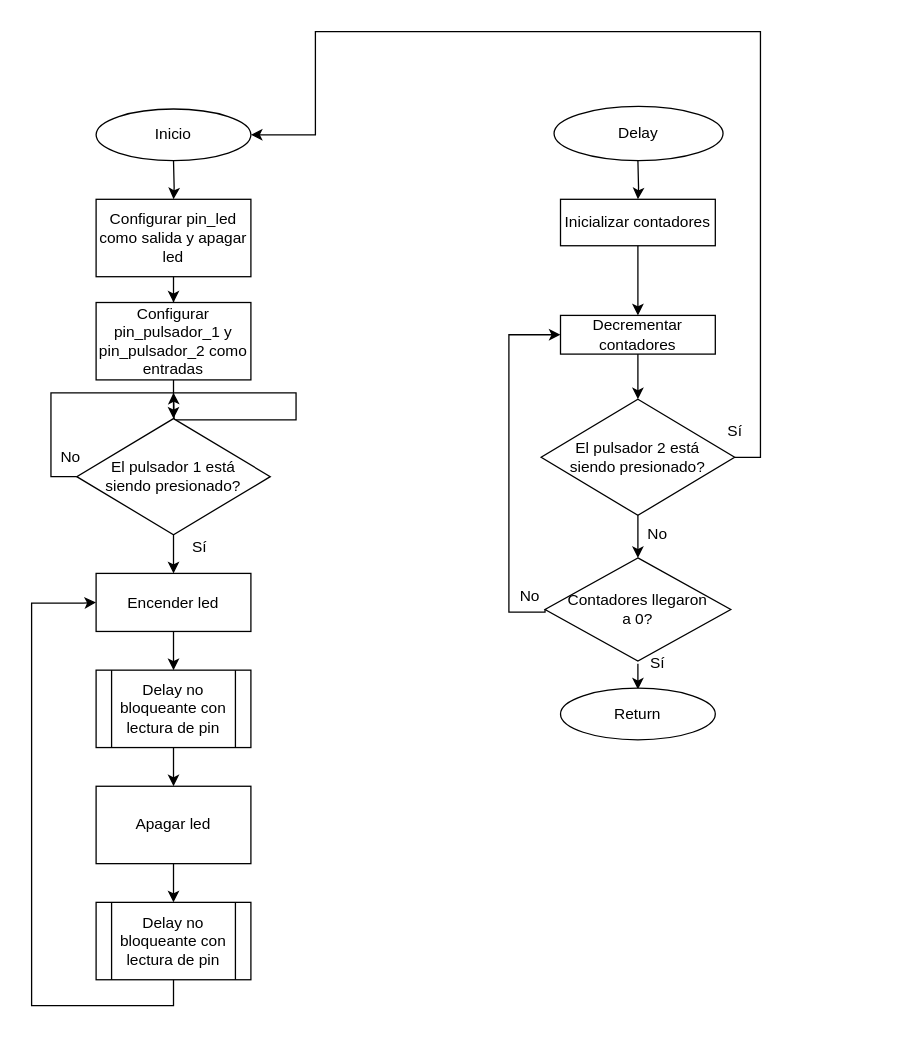
Before: TP1/tp1-flujo-2.drawio in aflouret/labo-de-micro, a draw.io diagram. Source tidied: cells renumbered, new cells numbered last; positions are measured from the earlier drawing's top-left corner, leaving out a move shared by most shapes. Both pictures are drawn from the tidied source at 129%, with x=0, y=0 at pixel (31, 31).
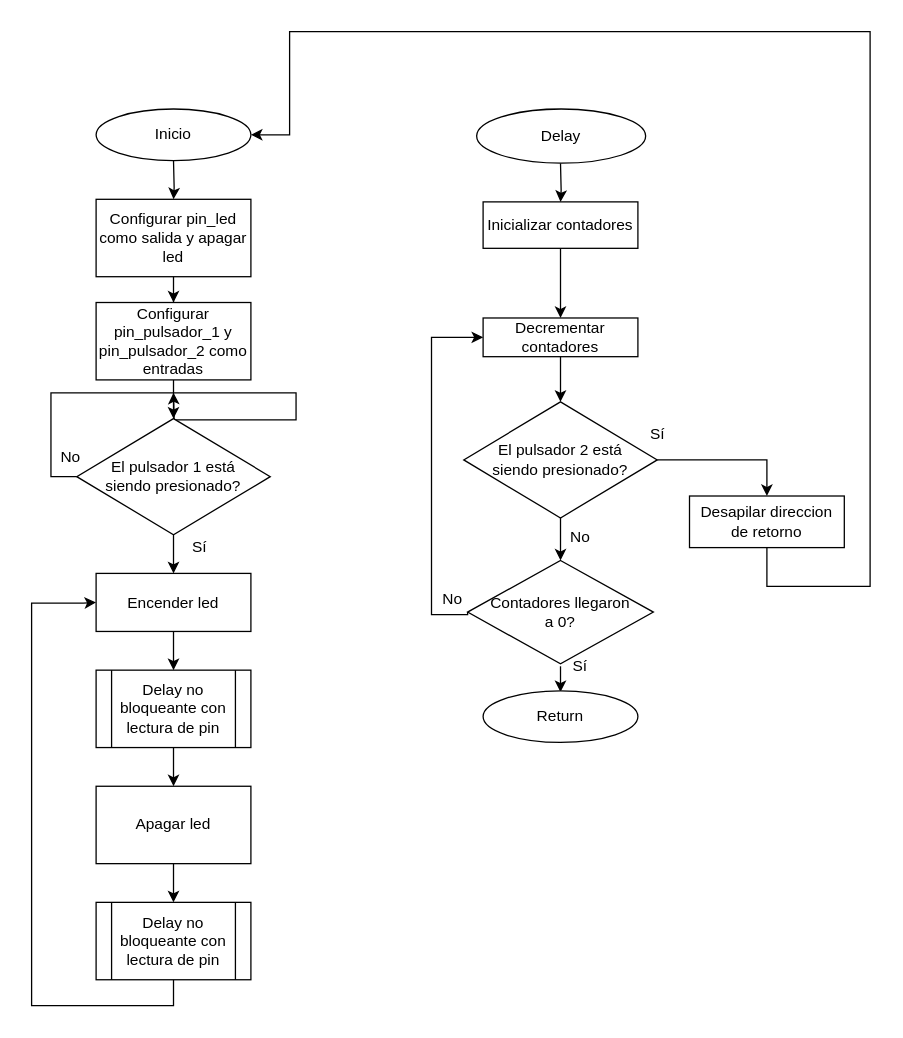
The same diagram, later.

The change refers to these unchanged cells:
```xml
<mxCell id="25" value="Inicio" style="ellipse;whiteSpace=wrap;html=1;rounded=0;" parent="1" vertex="1">
  <mxGeometry x="50" y="60" width="120" height="40" as="geometry" />
</mxCell>
```

The edit, as a diff of the source:
```diff
@@
     <mxCell id="13" style="edgeStyle=orthogonalEdgeStyle;rounded=0;jettySize=auto;html=1;" parent="1" edge="1" target="15">
       <mxGeometry relative="1" as="geometry">
-        <mxPoint x="470" y="100" as="sourcePoint" />
+        <mxPoint x="410" y="102" as="sourcePoint" />
       </mxGeometry>
     </mxCell>
@@
     <mxCell id="15" value="&lt;div&gt;Inicializar contadores&lt;/div&gt;" style="rounded=0;whiteSpace=wrap;html=1;" parent="1" vertex="1">
-      <mxGeometry x="410" y="130" width="120" height="36" as="geometry" />
+      <mxGeometry x="350" y="132" width="120" height="36" as="geometry" />
     </mxCell>
@@
     <mxCell id="17" value="Decrementar contadores" style="whiteSpace=wrap;html=1;rounded=0;" parent="1" vertex="1">
-      <mxGeometry x="410" y="220" width="120" height="30" as="geometry" />
+      <mxGeometry x="350" y="222" width="120" height="30" as="geometry" />
     </mxCell>
     <mxCell id="18" style="edgeStyle=orthogonalEdgeStyle;rounded=0;jettySize=auto;html=1;exitX=0;exitY=0.5;exitDx=0;exitDy=0;entryX=0;entryY=0.5;entryDx=0;entryDy=0;" parent="1" edge="1" source="20" target="17">
       <mxGeometry relative="1" as="geometry">
         <Array as="points">
-          <mxPoint x="370" y="450" />
-          <mxPoint x="370" y="235" />
+          <mxPoint x="310" y="452" />
+          <mxPoint x="310" y="237" />
         </Array>
       </mxGeometry>
     </mxCell>
     <mxCell id="19" style="edgeStyle=orthogonalEdgeStyle;rounded=0;orthogonalLoop=1;jettySize=auto;html=1;" parent="1" edge="1">
       <mxGeometry relative="1" as="geometry">
-        <mxPoint x="470" y="490" as="sourcePoint" />
-        <mxPoint x="470" y="510" as="targetPoint" />
+        <mxPoint x="410" y="492" as="sourcePoint" />
+        <mxPoint x="410" y="512" as="targetPoint" />
       </mxGeometry>
     </mxCell>
     <mxCell id="20" value="Contadores llegaron&lt;br&gt;a 0?" style="rhombus;whiteSpace=wrap;html=1;rounded=0;" parent="1" vertex="1">
-      <mxGeometry x="398" y="408" width="144" height="80" as="geometry" />
+      <mxGeometry x="338" y="410" width="144" height="80" as="geometry" />
     </mxCell>
     <mxCell id="21" value="No" style="text;html=1;align=center;verticalAlign=middle;" parent="1" vertex="1">
-      <mxGeometry x="371" y="428" width="30" height="20" as="geometry" />
+      <mxGeometry x="311" y="430" width="30" height="20" as="geometry" />
     </mxCell>
     <mxCell id="22" value="Sí" style="text;html=1;align=center;verticalAlign=middle;" parent="1" vertex="1">
-      <mxGeometry x="470" y="480" width="30" height="20" as="geometry" />
+      <mxGeometry x="410" y="482" width="30" height="20" as="geometry" />
     </mxCell>
     <mxCell id="23" value="Return" style="ellipse;whiteSpace=wrap;html=1;rounded=0;" parent="1" vertex="1">
-      <mxGeometry x="410" y="509" width="120" height="40" as="geometry" />
+      <mxGeometry x="350" y="511" width="120" height="40" as="geometry" />
     </mxCell>
     <mxCell id="24" value="Delay" style="ellipse;whiteSpace=wrap;html=1;rounded=0;" parent="1" vertex="1">
-      <mxGeometry x="405" y="58" width="131" height="42" as="geometry" />
+      <mxGeometry x="345" y="60" width="131" height="42" as="geometry" />
     </mxCell>
@@
-    <mxCell id="34" style="edgeStyle=orthogonalEdgeStyle;rounded=0;jettySize=auto;html=1;exitX=1;exitY=0.5;exitDx=0;exitDy=0;entryX=1;entryY=0.5;entryDx=0;entryDy=0;" parent="1" edge="1" source="35" target="25">
-      <mxGeometry relative="1" as="geometry">
-        <Array as="points">
-          <mxPoint x="565" y="330" />
-          <mxPoint x="565" />
-          <mxPoint x="220" />
-          <mxPoint x="220" y="80" />
-        </Array>
-      </mxGeometry>
-    </mxCell>
+    <mxCell id="39" style="edgeStyle=orthogonalEdgeStyle;rounded=0;jettySize=auto;html=1;exitX=1;exitY=0.5;exitDx=0;exitDy=0;entryX=0.5;entryY=0;entryDx=0;entryDy=0;" parent="1" edge="1" source="35" target="41">
+      <mxGeometry relative="1" as="geometry" />
+    </mxCell>
     <mxCell id="35" value="El pulsador 2 está &lt;br&gt;siendo presionado?" style="rhombus;whiteSpace=wrap;html=1;rounded=0;" parent="1" vertex="1">
-      <mxGeometry x="395" y="285" width="150" height="90" as="geometry" />
+      <mxGeometry x="335" y="287" width="150" height="90" as="geometry" />
     </mxCell>
     <mxCell id="36" value="Sí" style="text;html=1;align=center;verticalAlign=middle;" parent="1" vertex="1">
-      <mxGeometry x="530" y="300" width="30" height="20" as="geometry" />
+      <mxGeometry x="470" y="302" width="30" height="20" as="geometry" />
     </mxCell>
     <mxCell id="37" value="No" style="text;html=1;align=center;verticalAlign=middle;" parent="1" vertex="1">
-      <mxGeometry x="470" y="380" width="30" height="20" as="geometry" />
+      <mxGeometry x="410" y="382" width="30" height="20" as="geometry" />
     </mxCell>
@@
+    <mxCell id="40" style="edgeStyle=orthogonalEdgeStyle;rounded=0;jettySize=auto;html=1;exitX=0.5;exitY=1;exitDx=0;exitDy=0;entryX=1;entryY=0.5;entryDx=0;entryDy=0;" parent="1" edge="1" source="41" target="25">
+      <mxGeometry relative="1" as="geometry">
+        <Array as="points">
+          <mxPoint x="570" y="430" />
+          <mxPoint x="650" y="430" />
+          <mxPoint x="650" />
+          <mxPoint x="200" />
+          <mxPoint x="200" y="80" />
+        </Array>
+      </mxGeometry>
+    </mxCell>
+    <mxCell id="41" value="Desapilar direccion de retorno" style="rounded=0;whiteSpace=wrap;html=1;" parent="1" vertex="1">
+      <mxGeometry x="510" y="360" width="120" height="40" as="geometry" />
+    </mxCell>
```
